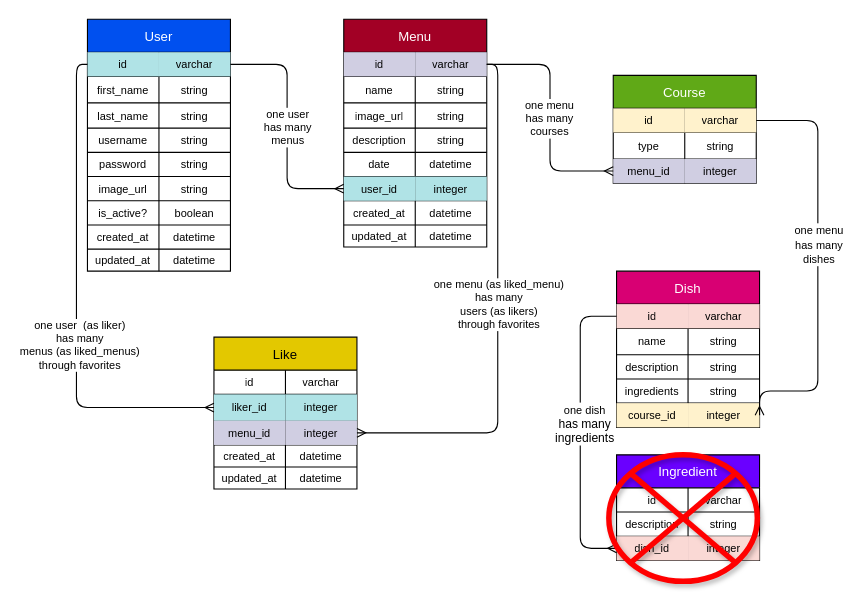
Earlier version of the draw.io diagram associations.drawio (jefftmarks/phase-3-project). Source tidied: cells renumbered, new cells numbered last; positions are measured from the earlier drawing's top-left corner, leaving out a move shared by most shapes. Both pictures are drawn from the tidied source at 110%, with x=0, y=0 at pixel (87, 19).
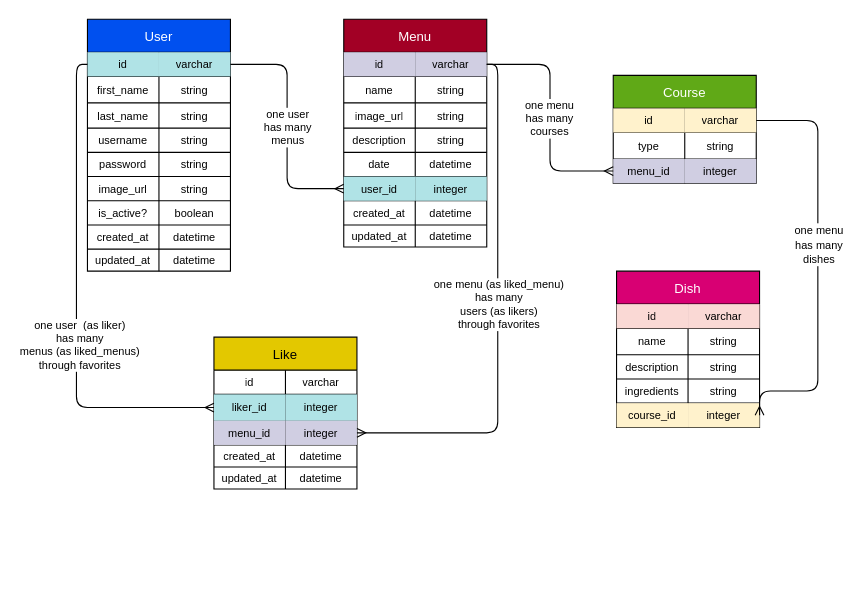
The same page after the edit.

Unchanged cells that the change refers to:
```xml
<mxCell id="99" style="shape=partialRectangle;fillColor=none;top=0;left=0;bottom=0;right=0;points=[[0,0.5],[1,0.5]];portConstraint=eastwest;" parent="98" vertex="1">
  <mxGeometry y="30" width="130" height="22" as="geometry" />
</mxCell>
```

The edit, as a diff of the source:
```diff
@@
-    <mxCell id="68" value="Ingredient" style="shape=table;startSize=30;childLayout=tableLayout;strokeWidth=1;strokeColor=#000000;fillColor=#6a00ff;fontColor=#ffffff;" parent="1" vertex="1">
-      <mxGeometry x="481" y="396" width="130" height="96" as="geometry" />
-    </mxCell>
-    <mxCell id="69" style="shape=partialRectangle;fillColor=none;top=0;left=0;bottom=0;right=0;" parent="68" vertex="1">
-      <mxGeometry y="30" width="130" height="22" as="geometry" />
-    </mxCell>
-    <mxCell id="70" value="&lt;font style=&quot;font-size: 10px;&quot;&gt;id&lt;/font&gt;" style="shape=partialRectangle;html=1;whiteSpace=wrap;overflow=hidden;fillColor=none;top=0;left=0;bottom=0;right=0;fontColor=#000000;fontSize=10;" parent="69" vertex="1">
-      <mxGeometry width="65" height="22" as="geometry" />
-    </mxCell>
-    <mxCell id="71" value="&lt;font style=&quot;font-size: 10px;&quot;&gt;varchar&lt;/font&gt;" style="shape=partialRectangle;html=1;whiteSpace=wrap;overflow=hidden;fillColor=none;top=0;left=0;bottom=0;right=0;fontColor=#000000;fontSize=10;" parent="69" vertex="1">
-      <mxGeometry x="65" width="65" height="22" as="geometry" />
-    </mxCell>
-    <mxCell id="72" style="shape=partialRectangle;fillColor=none;top=0;left=0;bottom=0;right=0;" parent="68" vertex="1">
-      <mxGeometry y="52" width="130" height="22" as="geometry" />
-    </mxCell>
-    <mxCell id="73" value="description" style="shape=partialRectangle;html=1;whiteSpace=wrap;overflow=hidden;fillColor=none;top=0;left=0;bottom=0;right=0;fontSize=10;fontColor=#000000;" parent="72" vertex="1">
-      <mxGeometry width="65" height="22" as="geometry" />
-    </mxCell>
-    <mxCell id="74" value="string" style="shape=partialRectangle;html=1;whiteSpace=wrap;overflow=hidden;fillColor=none;top=0;left=0;bottom=0;right=0;fontSize=10;fontColor=#000000;" parent="72" vertex="1">
-      <mxGeometry x="65" width="65" height="22" as="geometry" />
-    </mxCell>
-    <mxCell id="75" style="shape=partialRectangle;fillColor=none;top=0;left=0;bottom=0;right=0;points=[[0,0.5],[1,0.5]];portConstraint=eastwest;" parent="68" vertex="1">
-      <mxGeometry y="74" width="130" height="22" as="geometry" />
-    </mxCell>
-    <mxCell id="76" value="dish_id" style="shape=partialRectangle;html=1;whiteSpace=wrap;overflow=hidden;fillColor=#fad9d5;top=0;left=0;bottom=0;right=0;fontSize=10;strokeColor=#000000;fontColor=#000000;" parent="75" vertex="1">
-      <mxGeometry width="65" height="22" as="geometry" />
-    </mxCell>
-    <mxCell id="77" value="integer" style="shape=partialRectangle;html=1;whiteSpace=wrap;overflow=hidden;fillColor=#fad9d5;top=0;left=0;bottom=0;right=0;fontSize=10;strokeColor=#000000;fontColor=#000000;" parent="75" vertex="1">
-      <mxGeometry x="65" width="65" height="22" as="geometry" />
-    </mxCell>
@@
-    <mxCell id="116" style="edgeStyle=orthogonalEdgeStyle;html=1;exitX=0;exitY=0.5;exitDx=0;exitDy=0;entryX=0;entryY=0.5;entryDx=0;entryDy=0;fontColor=#000000;startArrow=ERmany;startFill=0;endArrow=none;endFill=0;strokeColor=#000000;" parent="1" edge="1" source="75" target="99">
-      <mxGeometry relative="1" as="geometry">
-        <Array as="points">
-          <mxPoint x="448" y="481" />
-          <mxPoint x="448" y="270" />
-        </Array>
-      </mxGeometry>
-    </mxCell>
-    <mxCell id="117" value="&lt;span style=&quot;font-size: 10px&quot;&gt;one dish&lt;br&gt;&lt;/span&gt;has many&lt;br&gt;ingredients" style="edgeLabel;html=1;align=center;verticalAlign=middle;fontColor=#000000;labelBackgroundColor=#FFFFFF;" parent="116" vertex="1">
-      <mxGeometry x="0.06" y="-3" relative="1" as="geometry" />
-    </mxCell>
-    <mxCell id="118" style="shape=sumEllipse;perimeter=ellipsePerimeter;whiteSpace=wrap;html=1;backgroundOutline=1;shadow=1;strokeColor=#FF0000;fillColor=none;strokeWidth=5;" parent="1" vertex="1">
-      <mxGeometry x="474" y="396" width="135" height="115" as="geometry" />
-    </mxCell>
```
